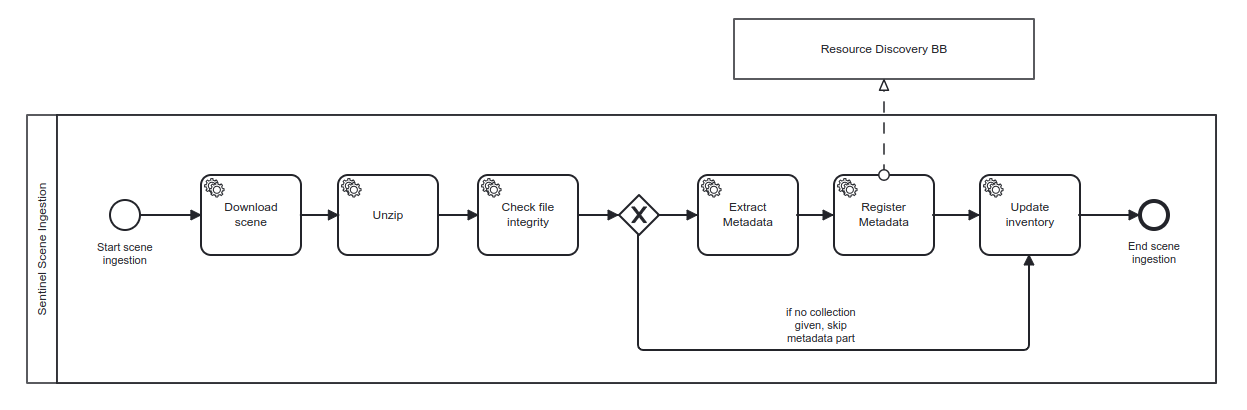
Before: workflows/sentinel-scene-ingestion.png, a diagram exported from BPMN (EOEPCA/registration-harvester). Its source is kept beside it as workflows/sentinel-scene-ingestion.bpmn. Ids are renumbered.
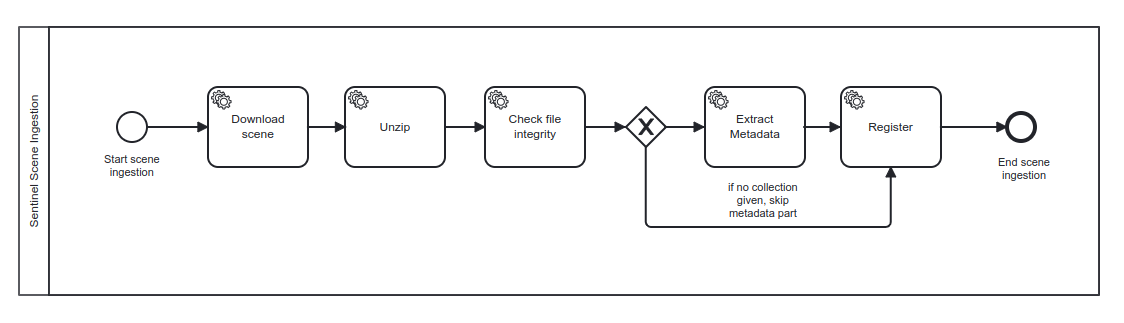
After the commit.

Change to the diagram source:
```diff
@@ -1,16 +1,12 @@
 <definitions xmlns="http://www.omg.org/spec/BPMN/20100524/MODEL" xmlns:xsi="http://www.w3.org/2001/XMLSchema-instance" xmlns:bpmndi="http://www.omg.org/spec/BPMN/20100524/DI" xmlns:omgdc="http://www.omg.org/spec/DD/20100524/DC" xmlns:omgdi="http://www.omg.org/spec/DD/20100524/DI" xmlns:xsd="http://www.w3.org/2001/XMLSchema" xmlns:flowable="http://flowable.org/bpmn" xmlns:design="http://flowable.org/design" targetNamespace="http://flowable.org/test" design:palette="flowable-work-process-palette">
   <collaboration id="Collaboration">
     <participant id="bpmnPool_27" name="Sentinel Scene Ingestion " processRef="sentinelSceneIngestion" />
-    <participant id="Participant_n1" name="Resource Discovery BB" />
-    <participant id="Participant_n2" name="Inventory API" />
-    <messageFlow id="Flow_n3" sourceRef="bpmnTask_11" targetRef="Participant_n2" />
-    <messageFlow id="Flow_n4" sourceRef="bpmnTask_10" targetRef="Participant_n1" />
   </collaboration>
   <process id="sentinelSceneIngestion" name="Sentinel Scene Ingestion" isExecutable="true" flowable:candidateStarterGroups="flowableUser">
     <extensionElements>
       <design:stencilid>BPMNDiagram</design:stencilid>
       <design:creationdate>2024-10-25T09:20:17.915Z</design:creationdate>
-      <design:modificationdate>2024-10-25T15:11:36.706Z</design:modificationdate>
+      <design:modificationdate>2024-11-06T08:12:45.408Z</design:modificationdate>
     </extensionElements>
     <laneSet id="laneSet_sentinelSceneIngestion">
       <lane id="bpmnLane_28">
@@ -18,8 +14,7 @@
         <flowNodeRef>bpmnSequenceFlow_7</flowNodeRef>
         <flowNodeRef>bpmnSequenceFlow_8</flowNodeRef>
         <flowNodeRef>bpmnSequenceFlow_14</flowNodeRef>
-        <flowNodeRef>bpmnSequenceFlow_15</flowNodeRef>
-        <flowNodeRef>bpmnSequenceFlow_16</flowNodeRef>
+        <flowNodeRef>bpmnSequenceFlow_28</flowNodeRef>
         <flowNodeRef>bpmnSequenceFlow_13</flowNodeRef>
         <flowNodeRef>bpmnSequenceFlow_18</flowNodeRef>
         <flowNodeRef>bpmnSequenceFlow_2</flowNodeRef>
@@ -28,7 +23,6 @@
         <flowNodeRef>bpmnTask_4</flowNodeRef>
         <flowNodeRef>bpmnTask_9</flowNodeRef>
         <flowNodeRef>bpmnTask_10</flowNodeRef>
-        <flowNodeRef>bpmnTask_11</flowNodeRef>
         <flowNodeRef>bpmnGateway_5</flowNodeRef>
         <flowNodeRef>startnoneevent1</flowNodeRef>
         <flowNodeRef>bpmnEndEvent_12</flowNodeRef>
@@ -54,12 +48,7 @@
         <design:stencilid>SequenceFlow</design:stencilid>
       </extensionElements>
     </sequenceFlow>
-    <sequenceFlow id="bpmnSequenceFlow_15" sourceRef="bpmnTask_10" targetRef="bpmnTask_11">
-      <extensionElements>
-        <design:stencilid>SequenceFlow</design:stencilid>
-      </extensionElements>
-    </sequenceFlow>
-    <sequenceFlow id="bpmnSequenceFlow_16" sourceRef="bpmnTask_11" targetRef="bpmnEndEvent_12">
+    <sequenceFlow id="bpmnSequenceFlow_28" sourceRef="bpmnTask_10" targetRef="bpmnEndEvent_12">
       <extensionElements>
         <design:stencilid>SequenceFlow</design:stencilid>
       </extensionElements>
@@ -70,7 +59,7 @@
       </extensionElements>
       <conditionExpression xsi:type="tFormalExpression">${var:isNotEmpty(collection)}</conditionExpression>
     </sequenceFlow>
-    <sequenceFlow id="bpmnSequenceFlow_18" name="if no collection given, skip metadata part" sourceRef="bpmnGateway_5" targetRef="bpmnTask_11">
+    <sequenceFlow id="bpmnSequenceFlow_18" name="if no collection given, skip metadata part" sourceRef="bpmnGateway_5" targetRef="bpmnTask_10">
       <extensionElements>
         <design:stencilid>SequenceFlow</design:stencilid>
         <design:display_ref_in_diagram>true</design:display_ref_in_diagram>
@@ -106,13 +95,7 @@
         <design:stencilsuperid>Task</design:stencilsuperid>
       </extensionElements>
     </serviceTask>
-    <serviceTask id="bpmnTask_10" name="Register Metadata" flowable:type="external-worker" flowable:topic="sentinel_register_metadata">
-      <extensionElements>
-        <design:stencilid>ExternalWorkerTask</design:stencilid>
-        <design:stencilsuperid>Task</design:stencilsuperid>
-      </extensionElements>
-    </serviceTask>
-    <serviceTask id="bpmnTask_11" name="Update inventory" flowable:type="external-worker" flowable:topic="sentinel_inventory_update">
+    <serviceTask id="bpmnTask_10" name="Register" flowable:type="external-worker" flowable:topic="sentinel_register_metadata">
       <extensionElements>
         <design:stencilid>ExternalWorkerTask</design:stencilid>
         <design:stencilsuperid>Task</design:stencilsuperid>
@@ -140,104 +123,77 @@
   <bpmndi:BPMNDiagram id="BPMNDiagram_Collaboration">
     <bpmndi:BPMNPlane id="BPMNPlane_Collaboration" bpmnElement="Collaboration">
       <bpmndi:BPMNShape id="BPMNShape_bpmnPool_27" bpmnElement="bpmnPool_27" isHorizontal="true">
-        <omgdc:Bounds x="156" y="176" width="1189" height="268" />
+        <omgdc:Bounds x="156" y="176" width="1080" height="268" />
       </bpmndi:BPMNShape>
       <bpmndi:BPMNShape id="BPMNShape_bpmnLane_28" bpmnElement="bpmnLane_28" isHorizontal="true">
-        <omgdc:Bounds x="186" y="176" width="1159" height="268" />
+        <omgdc:Bounds x="186" y="176" width="1050" height="268" />
       </bpmndi:BPMNShape>
       <bpmndi:BPMNShape id="BPMNShape_bpmnTask_1" bpmnElement="bpmnTask_1">
-        <omgdc:Bounds x="330" y="236" width="100" height="80" />
+        <omgdc:Bounds x="345" y="236" width="100" height="80" />
       </bpmndi:BPMNShape>
       <bpmndi:BPMNShape id="BPMNShape_bpmnTask_3" bpmnElement="bpmnTask_3">
-        <omgdc:Bounds x="467" y="236" width="100" height="80" />
+        <omgdc:Bounds x="482" y="236" width="100" height="80" />
       </bpmndi:BPMNShape>
       <bpmndi:BPMNShape id="BPMNShape_bpmnTask_4" bpmnElement="bpmnTask_4">
-        <omgdc:Bounds x="607" y="236" width="100" height="80" />
+        <omgdc:Bounds x="622" y="236" width="100" height="80" />
       </bpmndi:BPMNShape>
       <bpmndi:BPMNShape id="BPMNShape_bpmnTask_9" bpmnElement="bpmnTask_9">
-        <omgdc:Bounds x="827" y="236" width="100" height="80" />
+        <omgdc:Bounds x="842" y="236" width="100" height="80" />
       </bpmndi:BPMNShape>
       <bpmndi:BPMNShape id="BPMNShape_bpmnTask_10" bpmnElement="bpmnTask_10">
-        <omgdc:Bounds x="963" y="236" width="100" height="80" />
-      </bpmndi:BPMNShape>
-      <bpmndi:BPMNShape id="BPMNShape_bpmnTask_11" bpmnElement="bpmnTask_11">
-        <omgdc:Bounds x="1109" y="236" width="100" height="80" />
+        <omgdc:Bounds x="978" y="236" width="100" height="80" />
       </bpmndi:BPMNShape>
       <bpmndi:BPMNShape id="BPMNShape_bpmnGateway_5" bpmnElement="bpmnGateway_5" isMarkerVisible="true">
-        <omgdc:Bounds x="748" y="256" width="40" height="40" />
+        <omgdc:Bounds x="763" y="256" width="40" height="40" />
       </bpmndi:BPMNShape>
       <bpmndi:BPMNShape id="BPMNShape_startnoneevent1" bpmnElement="startnoneevent1">
-        <omgdc:Bounds x="239" y="261" width="30" height="30" />
+        <omgdc:Bounds x="254" y="261" width="30" height="30" />
         <bpmndi:BPMNLabel>
-          <omgdc:Bounds x="226" y="302" width="56" height="27" />
+          <omgdc:Bounds x="241" y="302" width="56" height="27" />
         </bpmndi:BPMNLabel>
       </bpmndi:BPMNShape>
       <bpmndi:BPMNShape id="BPMNShape_bpmnEndEvent_12" bpmnElement="bpmnEndEvent_12">
-        <omgdc:Bounds x="1269" y="262" width="28" height="28" />
+        <omgdc:Bounds x="1144" y="262" width="28" height="28" />
         <bpmndi:BPMNLabel>
-          <omgdc:Bounds x="1257" y="301" width="52" height="27" />
+          <omgdc:Bounds x="1135" y="305" width="52" height="27" />
         </bpmndi:BPMNLabel>
       </bpmndi:BPMNShape>
       <bpmndi:BPMNEdge id="BPMNEdge_bpmnSequenceFlow_6" bpmnElement="bpmnSequenceFlow_6" flowable:sourceDockerX="50.0" flowable:sourceDockerY="40.0" flowable:targetDockerX="50.0" flowable:targetDockerY="40.0">
-        <omgdi:waypoint x="429.8555079191108" y="276" />
-        <omgdi:waypoint x="448.58363155359166" y="276" />
-        <omgdi:waypoint x="448.58363155359166" y="276" />
-        <omgdi:waypoint x="467.31175518807265" y="276" />
+        <omgdi:waypoint x="444.8555079191108" y="276" />
+        <omgdi:waypoint x="482.31175518807265" y="276" />
       </bpmndi:BPMNEdge>
       <bpmndi:BPMNEdge id="BPMNEdge_bpmnSequenceFlow_7" bpmnElement="bpmnSequenceFlow_7" flowable:sourceDockerX="50.0" flowable:sourceDockerY="40.0" flowable:targetDockerX="50.0" flowable:targetDockerY="40.0">
-        <omgdi:waypoint x="567" y="276" />
-        <omgdi:waypoint x="607" y="276" />
+        <omgdi:waypoint x="582" y="276" />
+        <omgdi:waypoint x="622" y="276" />
       </bpmndi:BPMNEdge>
       <bpmndi:BPMNEdge id="BPMNEdge_bpmnSequenceFlow_8" bpmnElement="bpmnSequenceFlow_8" flowable:sourceDockerX="50.0" flowable:sourceDockerY="40.0" flowable:targetDockerX="20.0" flowable:targetDockerY="20.0">
-        <omgdi:waypoint x="707" y="276" />
-        <omgdi:waypoint x="747" y="276" />
+        <omgdi:waypoint x="722" y="276" />
+        <omgdi:waypoint x="762" y="276" />
       </bpmndi:BPMNEdge>
       <bpmndi:BPMNEdge id="BPMNEdge_bpmnSequenceFlow_14" bpmnElement="bpmnSequenceFlow_14" flowable:sourceDockerX="50.0" flowable:sourceDockerY="40.0" flowable:targetDockerX="50.0" flowable:targetDockerY="40.0">
-        <omgdi:waypoint x="926" y="276" />
-        <omgdi:waypoint x="962" y="276" />
+        <omgdi:waypoint x="941" y="276" />
+        <omgdi:waypoint x="977" y="276" />
       </bpmndi:BPMNEdge>
-      <bpmndi:BPMNEdge id="BPMNEdge_bpmnSequenceFlow_15" bpmnElement="bpmnSequenceFlow_15" flowable:sourceDockerX="50.0" flowable:sourceDockerY="40.0" flowable:targetDockerX="50.0" flowable:targetDockerY="40.0">
-        <omgdi:waypoint x="1062" y="276" />
-        <omgdi:waypoint x="1108" y="276" />
-      </bpmndi:BPMNEdge>
-      <bpmndi:BPMNEdge id="BPMNEdge_bpmnSequenceFlow_16" bpmnElement="bpmnSequenceFlow_16" flowable:sourceDockerX="50.0" flowable:sourceDockerY="40.0" flowable:targetDockerX="14.0" flowable:targetDockerY="14.0">
-        <omgdi:waypoint x="1208" y="276" />
-        <omgdi:waypoint x="1268" y="276" />
+      <bpmndi:BPMNEdge id="BPMNEdge_bpmnSequenceFlow_28" bpmnElement="bpmnSequenceFlow_28" flowable:sourceDockerX="50.0" flowable:sourceDockerY="40.0" flowable:targetDockerX="14.0" flowable:targetDockerY="14.0">
+        <omgdi:waypoint x="1077.8367336091408" y="276" />
+        <omgdi:waypoint x="1143.8168264032383" y="276" />
       </bpmndi:BPMNEdge>
       <bpmndi:BPMNEdge id="BPMNEdge_bpmnSequenceFlow_13" bpmnElement="bpmnSequenceFlow_13" flowable:sourceDockerX="20.0" flowable:sourceDockerY="20.0" flowable:targetDockerX="50.0" flowable:targetDockerY="40.0">
-        <omgdi:waypoint x="787" y="276" />
-        <omgdi:waypoint x="826" y="276" />
+        <omgdi:waypoint x="802" y="276" />
+        <omgdi:waypoint x="841" y="276" />
       </bpmndi:BPMNEdge>
       <bpmndi:BPMNEdge id="BPMNEdge_bpmnSequenceFlow_18" bpmnElement="bpmnSequenceFlow_18" flowable:sourceDockerX="20.0" flowable:sourceDockerY="20.0" flowable:targetDockerX="50.0" flowable:targetDockerY="40.0">
-        <omgdi:waypoint x="767" y="296" />
-        <omgdi:waypoint x="767" y="411" />
-        <omgdi:waypoint x="1158" y="411" />
-        <omgdi:waypoint x="1158" y="316" />
+        <omgdi:waypoint x="782.8545956176085" y="296" />
+        <omgdi:waypoint x="782.8545956176085" y="376" />
+        <omgdi:waypoint x="1027.8367336091408" y="376" />
+        <omgdi:waypoint x="1027.8367336091408" y="316" />
         <bpmndi:BPMNLabel>
-          <omgdc:Bounds x="905" y="370" width="70" height="40" />
+          <omgdc:Bounds x="865" y="330" width="70" height="40" />
         </bpmndi:BPMNLabel>
       </bpmndi:BPMNEdge>
       <bpmndi:BPMNEdge id="BPMNEdge_bpmnSequenceFlow_2" bpmnElement="bpmnSequenceFlow_2" flowable:sourceDockerX="15.0" flowable:sourceDockerY="15.0" flowable:targetDockerX="50.0" flowable:targetDockerY="40.0">
-        <omgdi:waypoint x="269.1761644364688" y="276" />
-        <omgdi:waypoint x="299.5158361777898" y="276" />
-        <omgdi:waypoint x="299.5158361777898" y="276" />
-        <omgdi:waypoint x="329.85550791911083" y="276" />
-      </bpmndi:BPMNEdge>
-      <bpmndi:BPMNShape id="Participant_1jjo840_di" bpmnElement="Participant_n2" isHorizontal="true">
-        <omgdc:Bounds x="1080" y="80" width="300" height="60" />
-        <bpmndi:BPMNLabel />
-      </bpmndi:BPMNShape>
-      <bpmndi:BPMNShape id="Participant_1e382sj_di" bpmnElement="Participant_n1" isHorizontal="true">
-        <omgdc:Bounds x="760" y="80" width="300" height="60" />
-        <bpmndi:BPMNLabel />
-      </bpmndi:BPMNShape>
-      <bpmndi:BPMNEdge id="Flow_n3_di" bpmnElement="Flow_n3">
-        <omgdi:waypoint x="1159" y="236" />
-        <omgdi:waypoint x="1159" y="140" />
-      </bpmndi:BPMNEdge>
-      <bpmndi:BPMNEdge id="Flow_n4_di" bpmnElement="Flow_n4">
-        <omgdi:waypoint x="1013" y="236" />
-        <omgdi:waypoint x="1013" y="140" />
+        <omgdi:waypoint x="284.1761644364688" y="276" />
+        <omgdi:waypoint x="344.85550791911083" y="276" />
       </bpmndi:BPMNEdge>
     </bpmndi:BPMNPlane>
   </bpmndi:BPMNDiagram>
```
